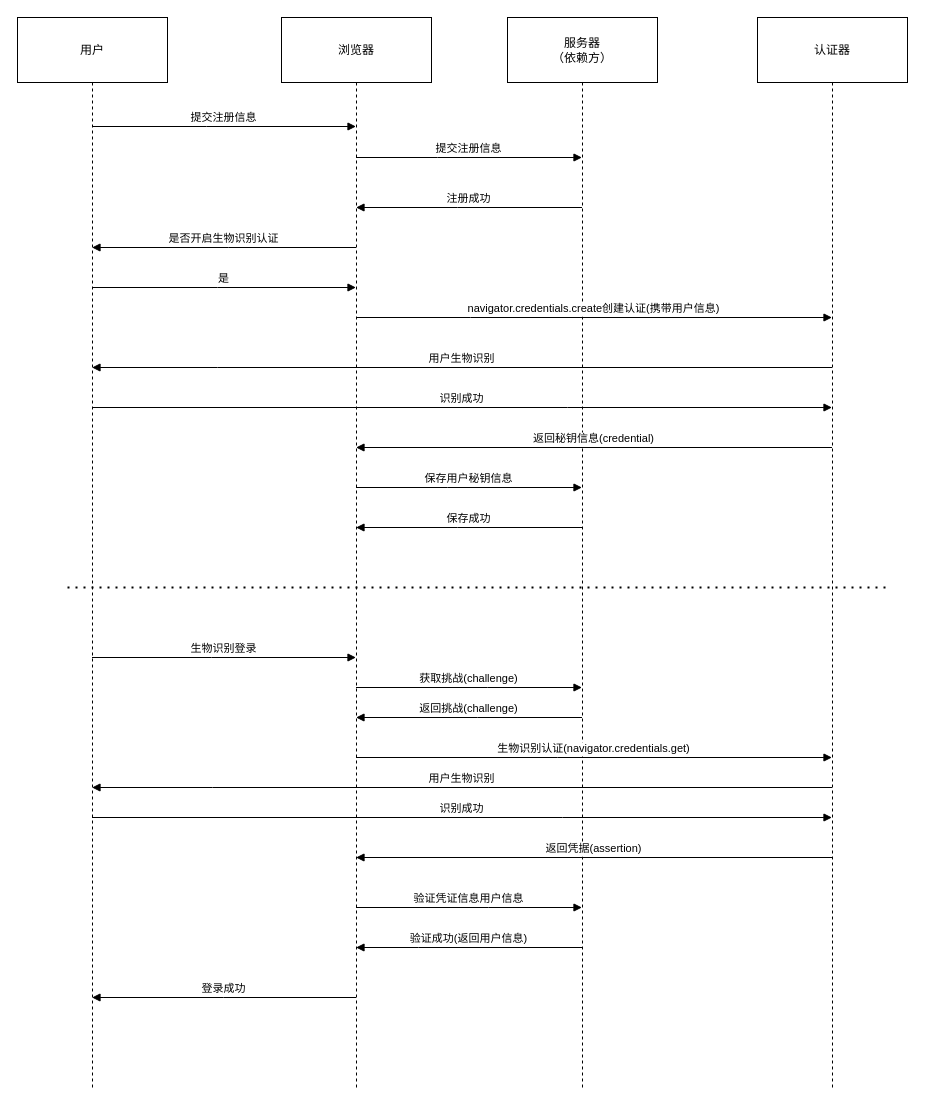
Earlier version of the draw.io diagram 未命名绘图.drawio (zrongdong/drawio). Source tidied: cells renumbered, new cells numbered last; positions are measured from the earlier drawing's top-left corner, leaving out a move shared by most shapes. Both pictures are drawn from the tidied source at 100%, with x=0, y=0 at pixel (17, 17).
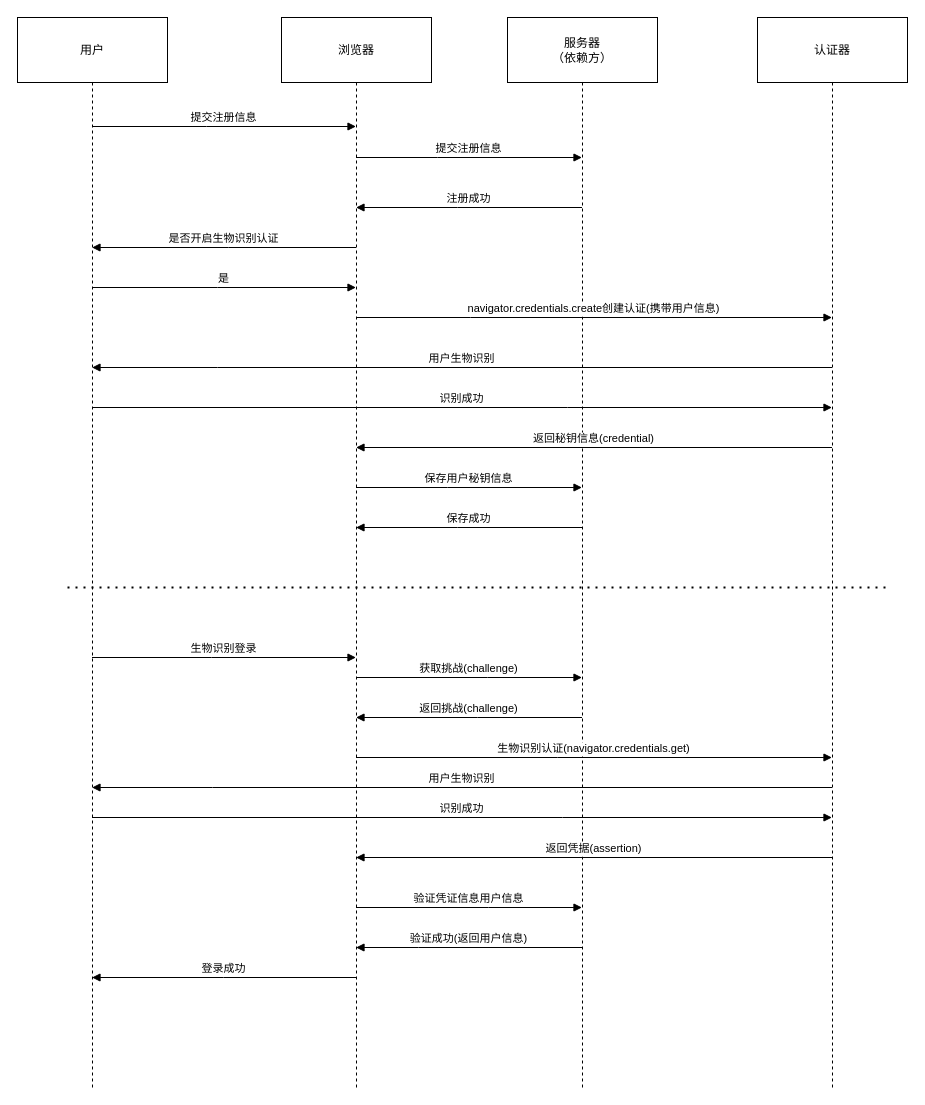
After the change.

Commit message:
更新未命名绘图.drawio

Unchanged cells that the change refers to:
```xml
<mxCell id="2" value="用户" style="shape=umlLifeline;perimeter=lifelinePerimeter;whiteSpace=wrap;outlineConnect=0;portConstraint=eastwest;newEdgeStyle={&quot;edgeStyle&quot;:&quot;elbowEdgeStyle&quot;,&quot;elbow&quot;:&quot;vertical&quot;,&quot;curved&quot;:0,&quot;rounded&quot;:0};size=65;rounded=0;" parent="1" vertex="1">
  <mxGeometry width="150" height="1070" as="geometry" />
</mxCell>
<mxCell id="3" value="浏览器" style="shape=umlLifeline;perimeter=lifelinePerimeter;whiteSpace=wrap;outlineConnect=0;portConstraint=eastwest;newEdgeStyle={&quot;edgeStyle&quot;:&quot;elbowEdgeStyle&quot;,&quot;elbow&quot;:&quot;vertical&quot;,&quot;curved&quot;:0,&quot;rounded&quot;:0};size=65;rounded=0;" parent="1" vertex="1">
  <mxGeometry x="264" width="150" height="1070" as="geometry" />
</mxCell>
<mxCell id="4" value="服务器&#10;（依赖方）" style="shape=umlLifeline;perimeter=lifelinePerimeter;whiteSpace=wrap;outlineConnect=0;portConstraint=eastwest;newEdgeStyle={&quot;edgeStyle&quot;:&quot;elbowEdgeStyle&quot;,&quot;elbow&quot;:&quot;vertical&quot;,&quot;curved&quot;:0,&quot;rounded&quot;:0};size=65;rounded=0;" parent="1" vertex="1">
  <mxGeometry x="490" width="150" height="1070" as="geometry" />
</mxCell>
```

Change to the diagram source:
```diff
@@
-    <mxCell id="19" value="获取挑战(challenge)" style="verticalAlign=bottom;edgeStyle=elbowEdgeStyle;elbow=vertical;curved=0;rounded=0;endArrow=block;" parent="1" edge="1" source="3" target="4">
+    <mxCell id="19" value="获取挑战(challenge)" style="verticalAlign=bottom;edgeStyle=elbowEdgeStyle;elbow=vertical;curved=0;rounded=0;endArrow=block;" parent="1" edge="1">
       <mxGeometry relative="1" as="geometry">
+        <mxPoint x="338.5" y="660" as="sourcePoint" />
+        <mxPoint x="564.5" y="660" as="targetPoint" />
         <Array as="points">
-          <mxPoint x="470" y="670" />
+          <mxPoint x="470" y="660" />
         </Array>
       </mxGeometry>
     </mxCell>
@@
-    <mxCell id="27" value="登录成功" style="verticalAlign=bottom;edgeStyle=elbowEdgeStyle;elbow=vertical;curved=0;rounded=0;endArrow=block;" parent="1" edge="1" source="3" target="2">
+    <mxCell id="27" value="登录成功" style="verticalAlign=bottom;edgeStyle=elbowEdgeStyle;elbow=vertical;curved=0;rounded=0;endArrow=block;" parent="1" edge="1">
       <mxGeometry relative="1" as="geometry">
+        <mxPoint x="338.5" y="960" as="sourcePoint" />
+        <mxPoint x="74.5" y="960" as="targetPoint" />
         <Array as="points">
-          <mxPoint x="206" y="980" />
+          <mxPoint x="206" y="960" />
         </Array>
       </mxGeometry>
     </mxCell>
```
